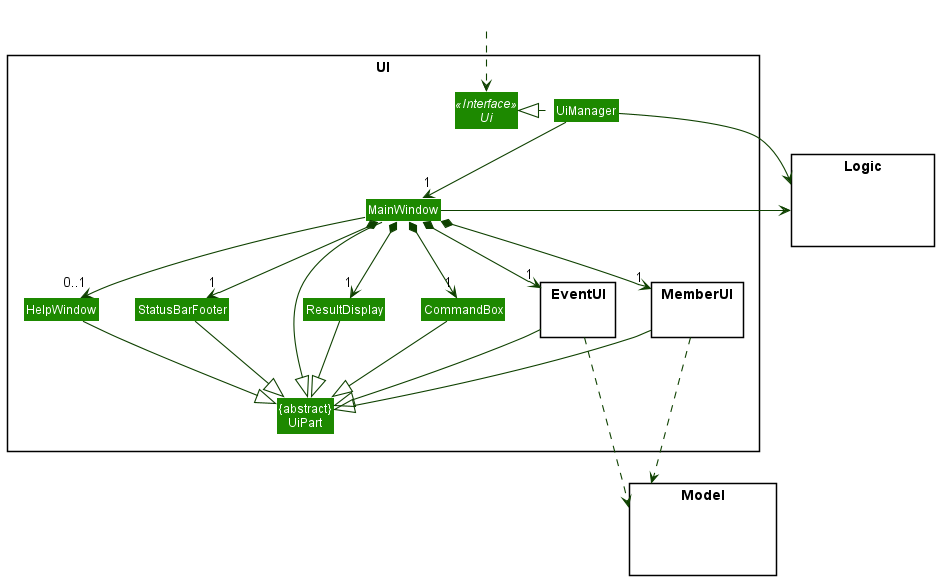
Earlier version of the PlantUML export docs/images/UiClassDiagram.png (ryanongra/tp).
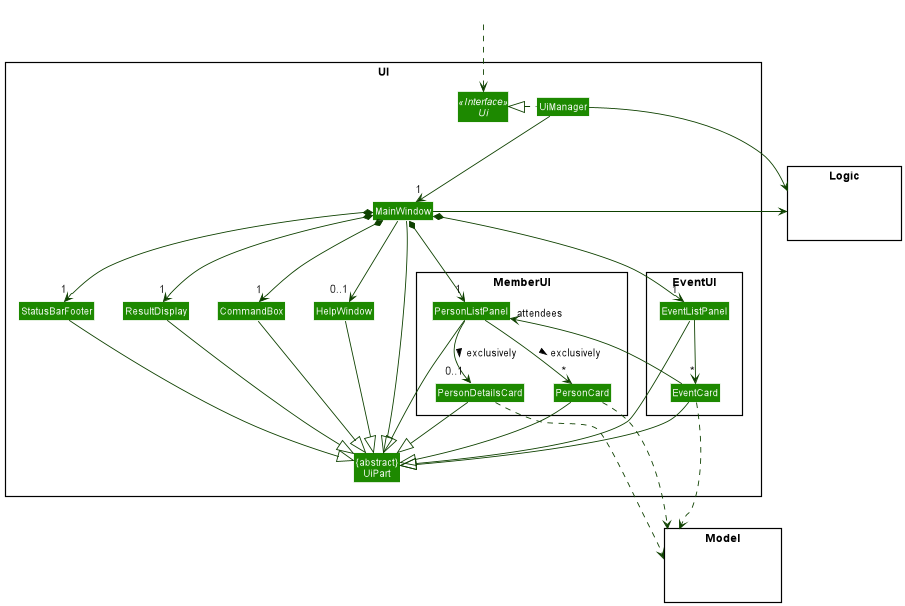
Later version of the same file.

Commit message:
Update Ui class diagram

The edit, as a diff of the source:
```diff
@@ -6,13 +6,20 @@
 
 package UI <<Rectangle>>{
 Interface Ui <<Interface>>
-package MemberUI {}
-package EventUI {}
 Class "{abstract}\nUiPart" as UiPart
 Class UiManager
 Class MainWindow
 Class HelpWindow
 Class ResultDisplay
+package MemberUI {
+Class PersonListPanel
+Class PersonCard
+Class PersonDetailsCard
+}
+package EventUI {
+Class EventListPanel
+Class EventCard
+}
 Class StatusBarFooter
 Class CommandBox
 }
@@ -30,29 +37,38 @@
 
 UiManager .left.|> Ui
 UiManager -down-> "1" MainWindow
-MainWindow *-down-> "1" CommandBox
+MainWindow *-down->  "1" CommandBox
 MainWindow *-down-> "1" ResultDisplay
-MainWindow *-down-> "1" EventUI
-MainWindow *-down-> "1" MemberUI
+MainWindow *-down-> "1" PersonListPanel
+MainWindow *-down-> "1" EventListPanel
 MainWindow *-down-> "1" StatusBarFooter
 MainWindow --> "0..1" HelpWindow
+
+PersonListPanel -down-> "*" PersonCard :> exclusively
+PersonListPanel -down-> "0..1" PersonDetailsCard :> exclusively
+EventListPanel -down-> "*" EventCard
+EventCard --> "attendees" PersonListPanel
 
 MainWindow -left-|> UiPart
 
 ResultDisplay --|> UiPart
 CommandBox --|> UiPart
-EventUI --|> UiPart
-MemberUI --|> UiPart
+PersonListPanel --|> UiPart
+EventListPanel --|> UiPart
+PersonCard --|> UiPart
+PersonDetailsCard --|> UiPart
+EventCard --|> UiPart
 StatusBarFooter --|> UiPart
 HelpWindow --|> UiPart
 
-EventUI ...> Model
-MemberUI ...> Model
+PersonCard ..> Model
+PersonDetailsCard ...> Model
+EventCard ..> Model
 UiManager -right-> Logic
 MainWindow -left-> Logic
 
-EventUI -[hidden]left- MemberUI
-MemberUI -[hidden]left- HelpWindow
+EventListPanel -[hidden]left- PersonListPanel
+PersonListPanel -[hidden]left- HelpWindow
 HelpWindow -[hidden]left- CommandBox
 CommandBox -[hidden]left- ResultDisplay
 ResultDisplay -[hidden]left- StatusBarFooter
```
